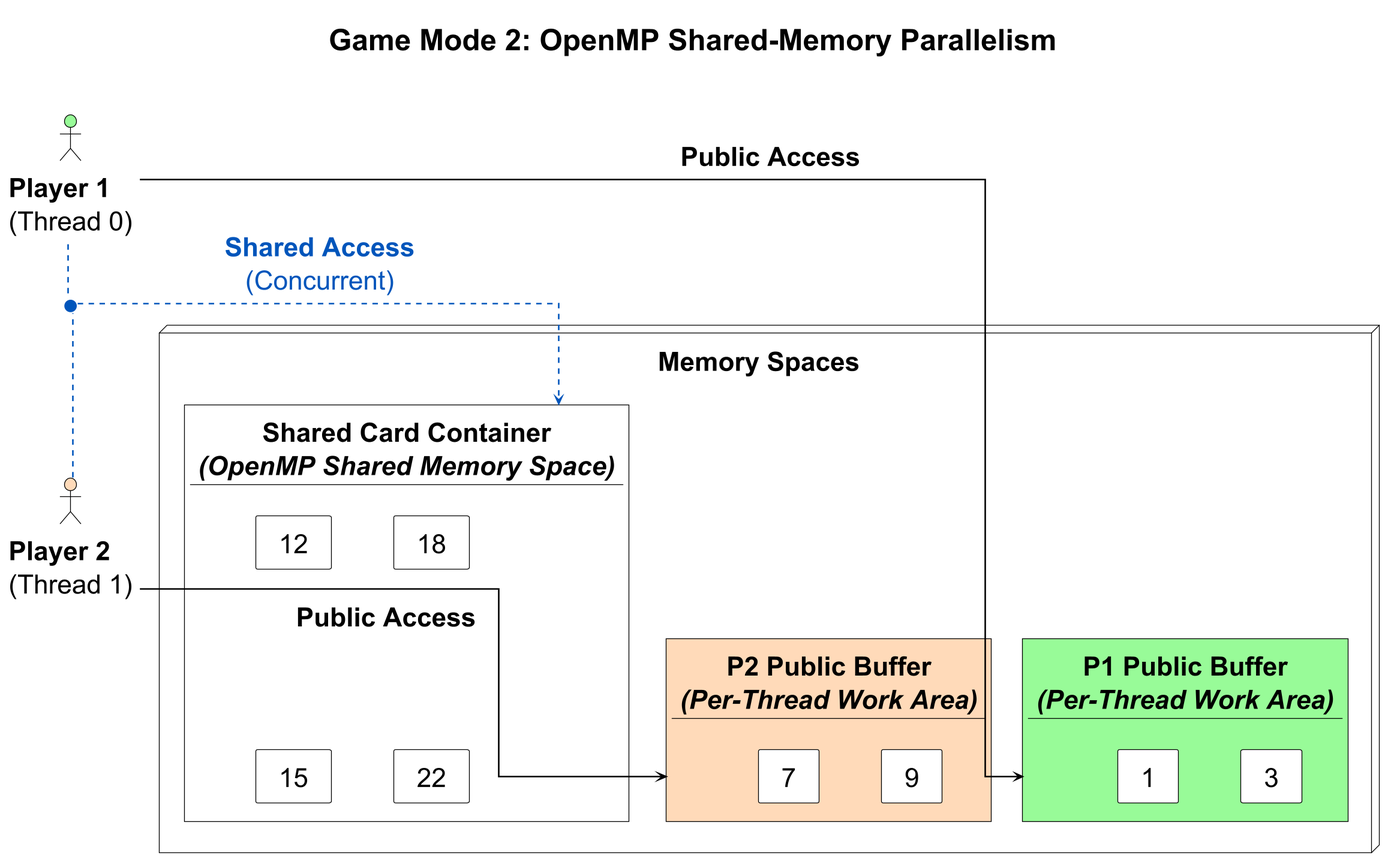
Before: figures/diagrams/openmp-mode.png, a diagram exported from PlantUML (Siponek/HPC-thesis). Its diagram source:
```plantuml
@startuml openmp-mode
!theme plain
!include ../shared/theme.puml
scale 1.3

skinparam nodesep 80
skinparam ranksep 70
skinparam linetype ortho

title Game Mode 2: OpenMP Shared-Memory Parallelism\n

together {
    actor "<b>Player 1</b>\n(Thread 0)" as P1 #PaleGreen

    circle " " as JOIN #0055BB;line:0055BB

    actor "<b>Player 2</b>\n(Thread 1)" as P2 #PeachPuff
}

P1 -[hidden]right- JOIN
JOIN -[hidden]right- P2

node "Memory Spaces  " as MEM_SPACE #transparent {

    together {
        rectangle "<b>P1 Public Buffer</b>\n<i>(Per-Thread Work Area)</i>\n----" as P1_BUF #PaleGreen {
            card " 1 " as b1
            card " 3 " as b2
            b1 -[hidden]right- b2
        }

        rectangle "<b>P2 Public Buffer</b>\n<i>(Per-Thread Work Area)</i>\n----" as P2_BUF #PeachPuff {
            card " 7 " as b3
            card " 9 " as b4
            b3 -[hidden]right- b4
        }
    }

    P1_BUF -[hidden]right- P2_BUF

    rectangle "<b>Shared Card Container</b>\n<i>(OpenMP Shared Memory Space)</i>\n----" as SHARED_MEM #White {
        card " 12 " as oc1
        card " 18 " as oc2
        card " 15 " as oc3
        card " 22 " as oc4

        oc1 -[hidden]right- oc2
        oc3 -[hidden]right- oc4
        oc1 -[hidden]down- oc3
    }

    P1_BUF -[hidden]up- SHARED_MEM
    P2_BUF -[hidden]up- SHARED_MEM
}

JOIN -[hidden]down- SHARED_MEM


P1 -[#black]down-> P1_BUF : "<back:white>  <b>Public Access</b>  </back>"
P2 -[#black]down-> P2_BUF : "<back:white>  <b>Public Access</b>  </back>"

P1 -[#0055BB,dashed]down- JOIN
P2 -[#0055BB,dashed]down- JOIN

JOIN -[#0055BB,dashed]down-> SHARED_MEM : "<back:white><color:#0055BB>  <b>Shared Access</b>  </color></back>\n<back:white><color:#0055BB>  (Concurrent)  </color></back>"

@enduml
```
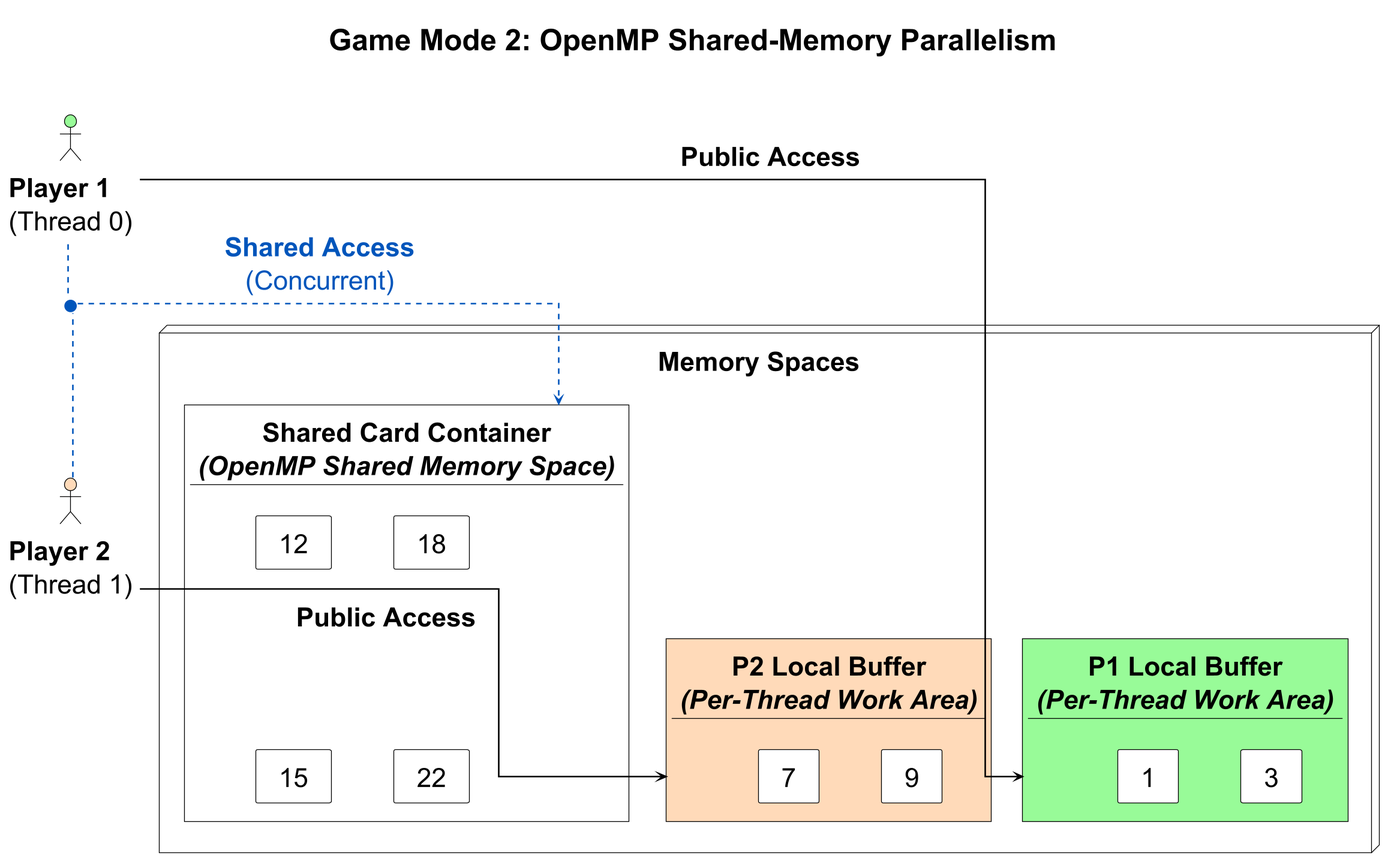
Above is the later version.

Diff of the diagram source:
```diff
@@ -23,13 +23,13 @@
 node "Memory Spaces  " as MEM_SPACE #transparent {
 
     together {
-        rectangle "<b>P1 Public Buffer</b>\n<i>(Per-Thread Work Area)</i>\n----" as P1_BUF #PaleGreen {
+        rectangle "<b>P1 Local Buffer</b>\n<i>(Per-Thread Work Area)</i>\n----" as P1_BUF #PaleGreen {
             card " 1 " as b1
             card " 3 " as b2
             b1 -[hidden]right- b2
         }
 
-        rectangle "<b>P2 Public Buffer</b>\n<i>(Per-Thread Work Area)</i>\n----" as P2_BUF #PeachPuff {
+        rectangle "<b>P2 Local Buffer</b>\n<i>(Per-Thread Work Area)</i>\n----" as P2_BUF #PeachPuff {
             card " 7 " as b3
             card " 9 " as b4
             b3 -[hidden]right- b4
```
